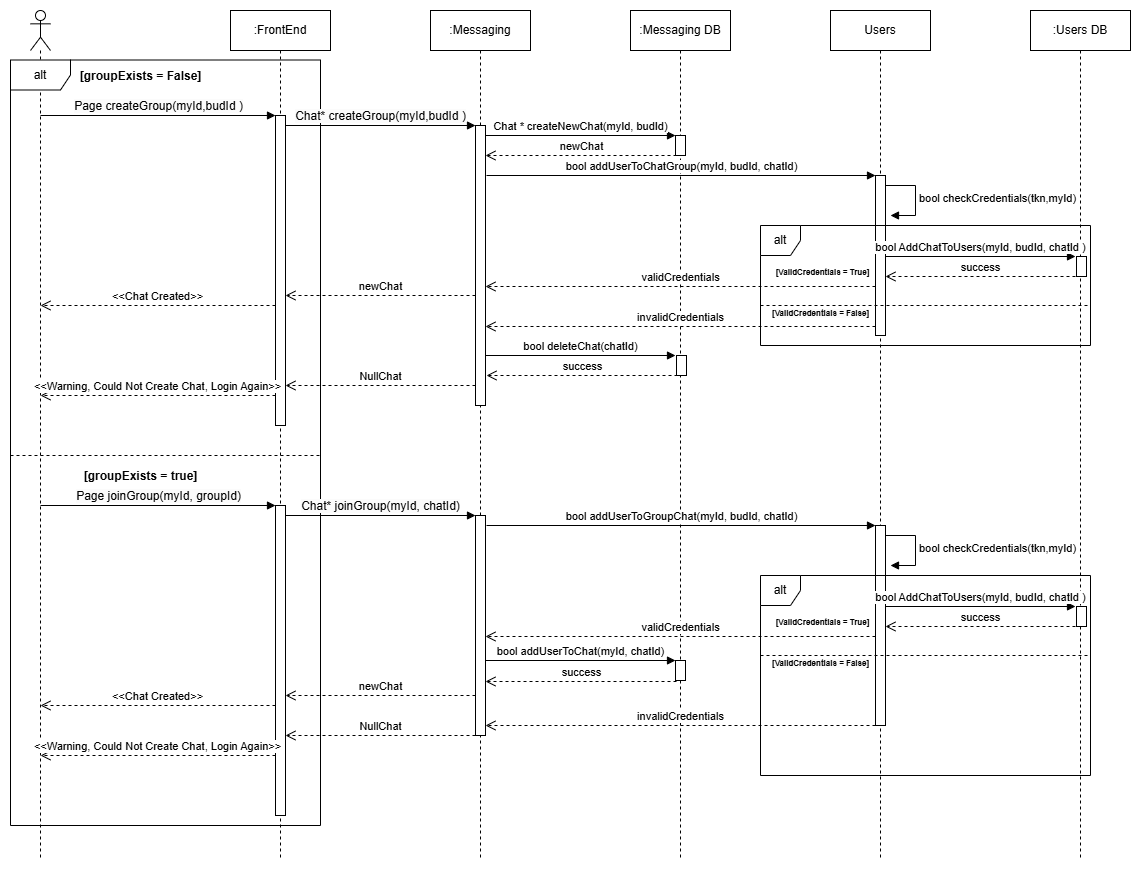
Above: documentation/images/Join_Create_Group_Seq_Diagram.png in TrailBlazersInc/TrailBlazers (draw.io), before the change. Source tidied: cells renumbered, new cells last; positions are measured from the earlier drawing's top-left corner, leaving out a move shared by most shapes. Its diagram source:
```xml
<mxGraphModel>
  <root>
    <mxCell id="0" />
    <mxCell id="1" parent="0" />
    <mxCell id="2" style="shape=umlLifeline;perimeter=lifelinePerimeter;whiteSpace=wrap;html=1;newEdgeStyle={&quot;curved&quot;:0,&quot;rounded&quot;:0};participant=umlActor;" parent="1" vertex="1">
      <mxGeometry x="20" width="20" height="850" as="geometry" />
    </mxCell>
    <mxCell id="3" value=":Messaging" style="shape=umlLifeline;perimeter=lifelinePerimeter;whiteSpace=wrap;html=1;newEdgeStyle={&quot;curved&quot;:0,&quot;rounded&quot;:0};" parent="1" vertex="1">
      <mxGeometry x="420" width="100" height="850" as="geometry" />
    </mxCell>
    <mxCell id="4" value=":FrontEnd" style="shape=umlLifeline;perimeter=lifelinePerimeter;whiteSpace=wrap;html=1;newEdgeStyle={&quot;curved&quot;:0,&quot;rounded&quot;:0};" parent="1" vertex="1">
      <mxGeometry x="220" width="100" height="850" as="geometry" />
    </mxCell>
    <mxCell id="5" value="&lt;b&gt;[groupExists = False]&lt;/b&gt;" style="text;html=1;align=center;verticalAlign=middle;strokeColor=none;fillColor=none;" parent="1" vertex="1">
      <mxGeometry x="55" y="51" width="150" height="30" as="geometry" />
    </mxCell>
    <mxCell id="6" value="&lt;b&gt;[groupExists = true]&lt;/b&gt;" style="text;html=1;align=center;verticalAlign=middle;strokeColor=none;fillColor=none;" parent="1" vertex="1">
      <mxGeometry x="60" y="451" width="140" height="30" as="geometry" />
    </mxCell>
    <mxCell id="7" value="alt" style="shape=umlFrame;whiteSpace=wrap;html=1;" parent="1" vertex="1">
      <mxGeometry y="49.5" width="310" height="765.5" as="geometry" />
    </mxCell>
    <mxCell id="8" value=":Messaging DB" style="shape=umlLifeline;perimeter=lifelinePerimeter;whiteSpace=wrap;html=1;newEdgeStyle={&quot;curved&quot;:0,&quot;rounded&quot;:0};" parent="1" vertex="1">
      <mxGeometry x="620" width="100" height="850" as="geometry" />
    </mxCell>
    <mxCell id="9" value="Users" style="shape=umlLifeline;perimeter=lifelinePerimeter;whiteSpace=wrap;html=1;newEdgeStyle={&quot;curved&quot;:0,&quot;rounded&quot;:0};" parent="1" vertex="1">
      <mxGeometry x="820" width="100" height="850" as="geometry" />
    </mxCell>
    <mxCell id="10" value=":Users DB" style="shape=umlLifeline;perimeter=lifelinePerimeter;whiteSpace=wrap;html=1;newEdgeStyle={&quot;curved&quot;:0,&quot;rounded&quot;:0};" parent="1" vertex="1">
      <mxGeometry x="1020" width="100" height="850" as="geometry" />
    </mxCell>
    <mxCell id="11" value="&lt;span style=&quot;font-size: 12px; background-color: rgb(251, 251, 251);&quot;&gt;Page createGroup(myId,budId )&lt;/span&gt;" style="html=1;verticalAlign=bottom;endArrow=block;curved=0;rounded=0;" parent="1" edge="1">
      <mxGeometry relative="1" as="geometry">
        <mxPoint x="30" y="105" as="sourcePoint" />
        <mxPoint x="265" y="105" as="targetPoint" />
      </mxGeometry>
    </mxCell>
    <mxCell id="12" style="html=1;perimeter=orthogonalPerimeter;targetShapes=umlLifeline;newEdgeStyle={&quot;curved&quot;:0,&quot;rounded&quot;:0};" parent="1" vertex="1">
      <mxGeometry x="265" y="105" width="10" height="310" as="geometry" />
    </mxCell>
    <mxCell id="13" value="&lt;span style=&quot;font-size: 12px; background-color: rgb(251, 251, 251);&quot;&gt;Chat* createGroup(myId,budId )&lt;/span&gt;" style="html=1;verticalAlign=bottom;endArrow=block;curved=0;rounded=0;" parent="1" edge="1">
      <mxGeometry relative="1" as="geometry">
        <mxPoint x="275" y="115" as="sourcePoint" />
        <mxPoint x="465" y="115" as="targetPoint" />
      </mxGeometry>
    </mxCell>
    <mxCell id="14" style="html=1;perimeter=orthogonalPerimeter;targetShapes=umlLifeline;newEdgeStyle={&quot;curved&quot;:0,&quot;rounded&quot;:0};" parent="1" vertex="1">
      <mxGeometry x="465" y="115" width="10" height="280" as="geometry" />
    </mxCell>
    <mxCell id="15" style="html=1;perimeter=orthogonalPerimeter;targetShapes=umlLifeline;newEdgeStyle={&quot;curved&quot;:0,&quot;rounded&quot;:0};" parent="1" vertex="1">
      <mxGeometry x="665" y="125" width="10" height="20" as="geometry" />
    </mxCell>
    <mxCell id="16" value="newChat" style="html=1;verticalAlign=bottom;endArrow=open;dashed=1;endSize=8;curved=0;rounded=0;" parent="1" edge="1">
      <mxGeometry relative="1" as="geometry">
        <mxPoint x="666" y="145" as="sourcePoint" />
        <mxPoint x="475" y="145" as="targetPoint" />
      </mxGeometry>
    </mxCell>
    <mxCell id="17" value="bool addUserToChatGroup(myId, budId, chatId)" style="html=1;verticalAlign=bottom;endArrow=block;curved=0;rounded=0;" parent="1" edge="1">
      <mxGeometry relative="1" as="geometry">
        <mxPoint x="476" y="165" as="sourcePoint" />
        <mxPoint x="865" y="165" as="targetPoint" />
      </mxGeometry>
    </mxCell>
    <mxCell id="18" style="html=1;perimeter=orthogonalPerimeter;targetShapes=umlLifeline;newEdgeStyle={&quot;curved&quot;:0,&quot;rounded&quot;:0};" parent="1" vertex="1">
      <mxGeometry x="865" y="165" width="10" height="160" as="geometry" />
    </mxCell>
    <mxCell id="19" value="validCredentials" style="html=1;verticalAlign=bottom;endArrow=open;dashed=1;endSize=8;curved=0;rounded=0;" parent="1" edge="1">
      <mxGeometry relative="1" as="geometry">
        <mxPoint x="865" y="276" as="sourcePoint" />
        <mxPoint x="475" y="276" as="targetPoint" />
      </mxGeometry>
    </mxCell>
    <mxCell id="20" style="html=1;perimeter=orthogonalPerimeter;targetShapes=umlLifeline;newEdgeStyle={&quot;curved&quot;:0,&quot;rounded&quot;:0};" parent="1" vertex="1">
      <mxGeometry x="1066" y="246" width="10" height="20" as="geometry" />
    </mxCell>
    <mxCell id="21" value="bool checkCredentials(tkn,myId)" style="html=1;align=left;spacingLeft=2;endArrow=block;rounded=0;edgeStyle=orthogonalEdgeStyle;curved=0;rounded=0;" parent="1" edge="1">
      <mxGeometry relative="1" as="geometry">
        <mxPoint x="875" y="175" as="sourcePoint" />
        <mxPoint x="880" y="205" as="targetPoint" />
        <Array as="points">
          <mxPoint x="905" y="205" />
        </Array>
      </mxGeometry>
    </mxCell>
    <mxCell id="22" value="bool AddChatToUsers(myId, budId, chatId )" style="html=1;verticalAlign=bottom;endArrow=block;curved=0;rounded=0;" parent="1" edge="1">
      <mxGeometry x="0.01" relative="1" as="geometry">
        <mxPoint x="875" y="246" as="sourcePoint" />
        <mxPoint x="1065" y="246" as="targetPoint" />
      </mxGeometry>
    </mxCell>
    <mxCell id="23" value="success" style="html=1;verticalAlign=bottom;endArrow=open;dashed=1;endSize=8;curved=0;rounded=0;" parent="1" edge="1">
      <mxGeometry relative="1" as="geometry">
        <mxPoint x="1065" y="266" as="sourcePoint" />
        <mxPoint x="875" y="266" as="targetPoint" />
      </mxGeometry>
    </mxCell>
    <mxCell id="24" value="newChat" style="html=1;verticalAlign=bottom;endArrow=open;dashed=1;endSize=8;curved=0;rounded=0;" parent="1" edge="1">
      <mxGeometry relative="1" as="geometry">
        <mxPoint x="465" y="285" as="sourcePoint" />
        <mxPoint x="275" y="285" as="targetPoint" />
      </mxGeometry>
    </mxCell>
    <mxCell id="25" value="&amp;lt;&amp;lt;Chat Created&amp;gt;&amp;gt;" style="html=1;verticalAlign=bottom;endArrow=open;dashed=1;endSize=8;curved=0;rounded=0;" parent="1" edge="1">
      <mxGeometry relative="1" as="geometry">
        <mxPoint x="265" y="295" as="sourcePoint" />
        <mxPoint x="30" y="295" as="targetPoint" />
      </mxGeometry>
    </mxCell>
    <mxCell id="26" value="invalidCredentials" style="html=1;verticalAlign=bottom;endArrow=open;dashed=1;endSize=8;curved=0;rounded=0;" parent="1" edge="1">
      <mxGeometry relative="1" as="geometry">
        <mxPoint x="865" y="316" as="sourcePoint" />
        <mxPoint x="475" y="316" as="targetPoint" />
      </mxGeometry>
    </mxCell>
    <mxCell id="27" value="alt" style="shape=umlFrame;whiteSpace=wrap;html=1;width=40;height=30;" parent="1" vertex="1">
      <mxGeometry x="750" y="215" width="330" height="120" as="geometry" />
    </mxCell>
    <mxCell id="28" style="endArrow=none;dashed=1;html=1;rounded=0;" parent="1" edge="1">
      <mxGeometry relative="1" as="geometry">
        <mxPoint x="750" y="295" as="sourcePoint" />
        <mxPoint x="1080" y="295" as="targetPoint" />
      </mxGeometry>
    </mxCell>
    <mxCell id="29" value="&lt;font style=&quot;font-size: 8px;&quot;&gt;&lt;b&gt;[ValidCredentials = True]&lt;/b&gt;&lt;/font&gt;" style="text;html=1;align=center;verticalAlign=middle;whiteSpace=wrap;rounded=0;" parent="1" vertex="1">
      <mxGeometry x="760" y="246" width="105" height="30" as="geometry" />
    </mxCell>
    <mxCell id="30" value="&lt;span style=&quot;color: rgb(0, 0, 0); font-family: Helvetica; font-size: 8px; font-style: normal; font-variant-ligatures: normal; font-variant-caps: normal; letter-spacing: normal; orphans: 2; text-align: center; text-indent: 0px; text-transform: none; widows: 2; word-spacing: 0px; -webkit-text-stroke-width: 0px; white-space: normal; background-color: rgb(251, 251, 251); text-decoration-thickness: initial; text-decoration-style: initial; text-decoration-color: initial; float: none; display: inline !important;&quot;&gt;&lt;b&gt;[ValidCredentials = False]&lt;/b&gt;&lt;/span&gt;" style="text;whiteSpace=wrap;html=1;" parent="1" vertex="1">
      <mxGeometry x="760" y="288" width="120" height="40" as="geometry" />
    </mxCell>
    <mxCell id="31" style="html=1;perimeter=orthogonalPerimeter;targetShapes=umlLifeline;newEdgeStyle={&quot;curved&quot;:0,&quot;rounded&quot;:0};" parent="1" vertex="1">
      <mxGeometry x="666" y="345" width="10" height="20" as="geometry" />
    </mxCell>
    <mxCell id="32" value="success" style="html=1;verticalAlign=bottom;endArrow=open;dashed=1;endSize=8;curved=0;rounded=0;" parent="1" edge="1">
      <mxGeometry relative="1" as="geometry">
        <mxPoint x="667" y="365" as="sourcePoint" />
        <mxPoint x="476" y="365" as="targetPoint" />
      </mxGeometry>
    </mxCell>
    <mxCell id="33" value="Chat * createNewChat(myId, budId)" style="html=1;verticalAlign=bottom;endArrow=block;curved=0;rounded=0;" parent="1" edge="1">
      <mxGeometry relative="1" as="geometry">
        <mxPoint x="475" y="125" as="sourcePoint" />
        <mxPoint x="665" y="125" as="targetPoint" />
      </mxGeometry>
    </mxCell>
    <mxCell id="34" value="bool deleteChat(chatId)" style="html=1;verticalAlign=bottom;endArrow=block;curved=0;rounded=0;" parent="1" edge="1">
      <mxGeometry relative="1" as="geometry">
        <mxPoint x="475" y="345" as="sourcePoint" />
        <mxPoint x="665" y="345" as="targetPoint" />
      </mxGeometry>
    </mxCell>
    <mxCell id="35" value="NullChat" style="html=1;verticalAlign=bottom;endArrow=open;dashed=1;endSize=8;curved=0;rounded=0;" parent="1" edge="1">
      <mxGeometry relative="1" as="geometry">
        <mxPoint x="465" y="375" as="sourcePoint" />
        <mxPoint x="275" y="375" as="targetPoint" />
      </mxGeometry>
    </mxCell>
    <mxCell id="36" value="&amp;lt;&amp;lt;Warning, Could Not Create Chat, Login Again&amp;gt;&amp;gt;" style="html=1;verticalAlign=bottom;endArrow=open;dashed=1;endSize=8;curved=0;rounded=0;" parent="1" edge="1">
      <mxGeometry relative="1" as="geometry">
        <mxPoint x="265" y="385" as="sourcePoint" />
        <mxPoint x="30" y="385" as="targetPoint" />
      </mxGeometry>
    </mxCell>
    <mxCell id="37" style="endArrow=none;dashed=1;html=1;rounded=0;entryX=1.01;entryY=0.62;entryDx=0;entryDy=0;entryPerimeter=0;" parent="1" edge="1">
      <mxGeometry relative="1" as="geometry">
        <mxPoint y="445" as="sourcePoint" />
        <mxPoint x="310" y="445" as="targetPoint" />
      </mxGeometry>
    </mxCell>
    <mxCell id="38" value="&lt;span style=&quot;font-size: 12px; background-color: rgb(251, 251, 251);&quot;&gt;Page joinGroup(myId, groupId)&lt;/span&gt;" style="html=1;verticalAlign=bottom;endArrow=block;curved=0;rounded=0;" parent="1" edge="1">
      <mxGeometry relative="1" as="geometry">
        <mxPoint x="30" y="495" as="sourcePoint" />
        <mxPoint x="265" y="495" as="targetPoint" />
      </mxGeometry>
    </mxCell>
    <mxCell id="39" style="html=1;perimeter=orthogonalPerimeter;targetShapes=umlLifeline;newEdgeStyle={&quot;curved&quot;:0,&quot;rounded&quot;:0};" parent="1" vertex="1">
      <mxGeometry x="265" y="495" width="10" height="310" as="geometry" />
    </mxCell>
    <mxCell id="40" value="&lt;span style=&quot;font-size: 12px; background-color: rgb(251, 251, 251);&quot;&gt;Chat* joinGroup(myId, chatId)&lt;/span&gt;" style="html=1;verticalAlign=bottom;endArrow=block;curved=0;rounded=0;" parent="1" edge="1">
      <mxGeometry relative="1" as="geometry">
        <mxPoint x="275" y="505" as="sourcePoint" />
        <mxPoint x="465" y="505" as="targetPoint" />
      </mxGeometry>
    </mxCell>
    <mxCell id="41" style="html=1;perimeter=orthogonalPerimeter;targetShapes=umlLifeline;newEdgeStyle={&quot;curved&quot;:0,&quot;rounded&quot;:0};" parent="1" vertex="1">
      <mxGeometry x="465" y="505" width="10" height="220" as="geometry" />
    </mxCell>
    <mxCell id="42" style="html=1;perimeter=orthogonalPerimeter;targetShapes=umlLifeline;newEdgeStyle={&quot;curved&quot;:0,&quot;rounded&quot;:0};" parent="1" vertex="1">
      <mxGeometry x="665" y="650" width="10" height="20" as="geometry" />
    </mxCell>
    <mxCell id="43" value="success" style="html=1;verticalAlign=bottom;endArrow=open;dashed=1;endSize=8;curved=0;rounded=0;" parent="1" edge="1">
      <mxGeometry relative="1" as="geometry">
        <mxPoint x="666" y="671" as="sourcePoint" />
        <mxPoint x="475" y="671" as="targetPoint" />
      </mxGeometry>
    </mxCell>
    <mxCell id="44" value="bool addUserToGroupChat(myId, budId, chatId)" style="html=1;verticalAlign=bottom;endArrow=block;curved=0;rounded=0;" parent="1" edge="1">
      <mxGeometry relative="1" as="geometry">
        <mxPoint x="476" y="515" as="sourcePoint" />
        <mxPoint x="865" y="515" as="targetPoint" />
      </mxGeometry>
    </mxCell>
    <mxCell id="45" style="html=1;perimeter=orthogonalPerimeter;targetShapes=umlLifeline;newEdgeStyle={&quot;curved&quot;:0,&quot;rounded&quot;:0};" parent="1" vertex="1">
      <mxGeometry x="865" y="515" width="10" height="200" as="geometry" />
    </mxCell>
    <mxCell id="46" value="validCredentials" style="html=1;verticalAlign=bottom;endArrow=open;dashed=1;endSize=8;curved=0;rounded=0;" parent="1" edge="1">
      <mxGeometry relative="1" as="geometry">
        <mxPoint x="865" y="626" as="sourcePoint" />
        <mxPoint x="475" y="626" as="targetPoint" />
      </mxGeometry>
    </mxCell>
    <mxCell id="47" style="html=1;perimeter=orthogonalPerimeter;targetShapes=umlLifeline;newEdgeStyle={&quot;curved&quot;:0,&quot;rounded&quot;:0};" parent="1" vertex="1">
      <mxGeometry x="1066" y="596" width="10" height="20" as="geometry" />
    </mxCell>
    <mxCell id="48" value="bool checkCredentials(tkn,myId)" style="html=1;align=left;spacingLeft=2;endArrow=block;rounded=0;edgeStyle=orthogonalEdgeStyle;curved=0;rounded=0;" parent="1" edge="1">
      <mxGeometry relative="1" as="geometry">
        <mxPoint x="875" y="525" as="sourcePoint" />
        <mxPoint x="880" y="555" as="targetPoint" />
        <Array as="points">
          <mxPoint x="905" y="555" />
        </Array>
      </mxGeometry>
    </mxCell>
    <mxCell id="49" value="bool AddChatToUsers(myId, budId, chatId )" style="html=1;verticalAlign=bottom;endArrow=block;curved=0;rounded=0;" parent="1" edge="1">
      <mxGeometry x="0.01" relative="1" as="geometry">
        <mxPoint x="875" y="596" as="sourcePoint" />
        <mxPoint x="1065" y="596" as="targetPoint" />
      </mxGeometry>
    </mxCell>
    <mxCell id="50" value="success" style="html=1;verticalAlign=bottom;endArrow=open;dashed=1;endSize=8;curved=0;rounded=0;" parent="1" edge="1">
      <mxGeometry relative="1" as="geometry">
        <mxPoint x="1065" y="616" as="sourcePoint" />
        <mxPoint x="875" y="616" as="targetPoint" />
      </mxGeometry>
    </mxCell>
    <mxCell id="51" value="newChat" style="html=1;verticalAlign=bottom;endArrow=open;dashed=1;endSize=8;curved=0;rounded=0;" parent="1" edge="1">
      <mxGeometry relative="1" as="geometry">
        <mxPoint x="465" y="685" as="sourcePoint" />
        <mxPoint x="275" y="685" as="targetPoint" />
      </mxGeometry>
    </mxCell>
    <mxCell id="52" value="&amp;lt;&amp;lt;Chat Created&amp;gt;&amp;gt;" style="html=1;verticalAlign=bottom;endArrow=open;dashed=1;endSize=8;curved=0;rounded=0;" parent="1" edge="1">
      <mxGeometry relative="1" as="geometry">
        <mxPoint x="265" y="695" as="sourcePoint" />
        <mxPoint x="30" y="695" as="targetPoint" />
      </mxGeometry>
    </mxCell>
    <mxCell id="53" value="invalidCredentials" style="html=1;verticalAlign=bottom;endArrow=open;dashed=1;endSize=8;curved=0;rounded=0;" parent="1" edge="1">
      <mxGeometry relative="1" as="geometry">
        <mxPoint x="865" y="715" as="sourcePoint" />
        <mxPoint x="475" y="715" as="targetPoint" />
      </mxGeometry>
    </mxCell>
    <mxCell id="54" value="alt" style="shape=umlFrame;whiteSpace=wrap;html=1;width=40;height=30;" parent="1" vertex="1">
      <mxGeometry x="750" y="565" width="330" height="200" as="geometry" />
    </mxCell>
    <mxCell id="55" style="endArrow=none;dashed=1;html=1;rounded=0;" parent="1" edge="1">
      <mxGeometry relative="1" as="geometry">
        <mxPoint x="750" y="645" as="sourcePoint" />
        <mxPoint x="1080" y="645" as="targetPoint" />
      </mxGeometry>
    </mxCell>
    <mxCell id="56" value="&lt;font style=&quot;font-size: 8px;&quot;&gt;&lt;b&gt;[ValidCredentials = True]&lt;/b&gt;&lt;/font&gt;" style="text;html=1;align=center;verticalAlign=middle;whiteSpace=wrap;rounded=0;" parent="1" vertex="1">
      <mxGeometry x="760" y="596" width="105" height="30" as="geometry" />
    </mxCell>
    <mxCell id="57" value="&lt;span style=&quot;color: rgb(0, 0, 0); font-family: Helvetica; font-size: 8px; font-style: normal; font-variant-ligatures: normal; font-variant-caps: normal; letter-spacing: normal; orphans: 2; text-align: center; text-indent: 0px; text-transform: none; widows: 2; word-spacing: 0px; -webkit-text-stroke-width: 0px; white-space: normal; background-color: rgb(251, 251, 251); text-decoration-thickness: initial; text-decoration-style: initial; text-decoration-color: initial; float: none; display: inline !important;&quot;&gt;&lt;b&gt;[ValidCredentials = False]&lt;/b&gt;&lt;/span&gt;" style="text;whiteSpace=wrap;html=1;" parent="1" vertex="1">
      <mxGeometry x="760" y="638" width="120" height="40" as="geometry" />
    </mxCell>
    <mxCell id="58" value="bool addUserToChat(myId, chatId)" style="html=1;verticalAlign=bottom;endArrow=block;curved=0;rounded=0;" parent="1" edge="1">
      <mxGeometry relative="1" as="geometry">
        <mxPoint x="475" y="650" as="sourcePoint" />
        <mxPoint x="665" y="650" as="targetPoint" />
      </mxGeometry>
    </mxCell>
    <mxCell id="59" value="NullChat" style="html=1;verticalAlign=bottom;endArrow=open;dashed=1;endSize=8;curved=0;rounded=0;" parent="1" edge="1">
      <mxGeometry relative="1" as="geometry">
        <mxPoint x="465" y="725" as="sourcePoint" />
        <mxPoint x="275" y="725" as="targetPoint" />
      </mxGeometry>
    </mxCell>
    <mxCell id="60" value="&amp;lt;&amp;lt;Warning, Could Not Create Chat, Login Again&amp;gt;&amp;gt;" style="html=1;verticalAlign=bottom;endArrow=open;dashed=1;endSize=8;curved=0;rounded=0;" parent="1" edge="1">
      <mxGeometry relative="1" as="geometry">
        <mxPoint x="265" y="745" as="sourcePoint" />
        <mxPoint x="30" y="745" as="targetPoint" />
      </mxGeometry>
    </mxCell>
  </root>
</mxGraphModel>
```
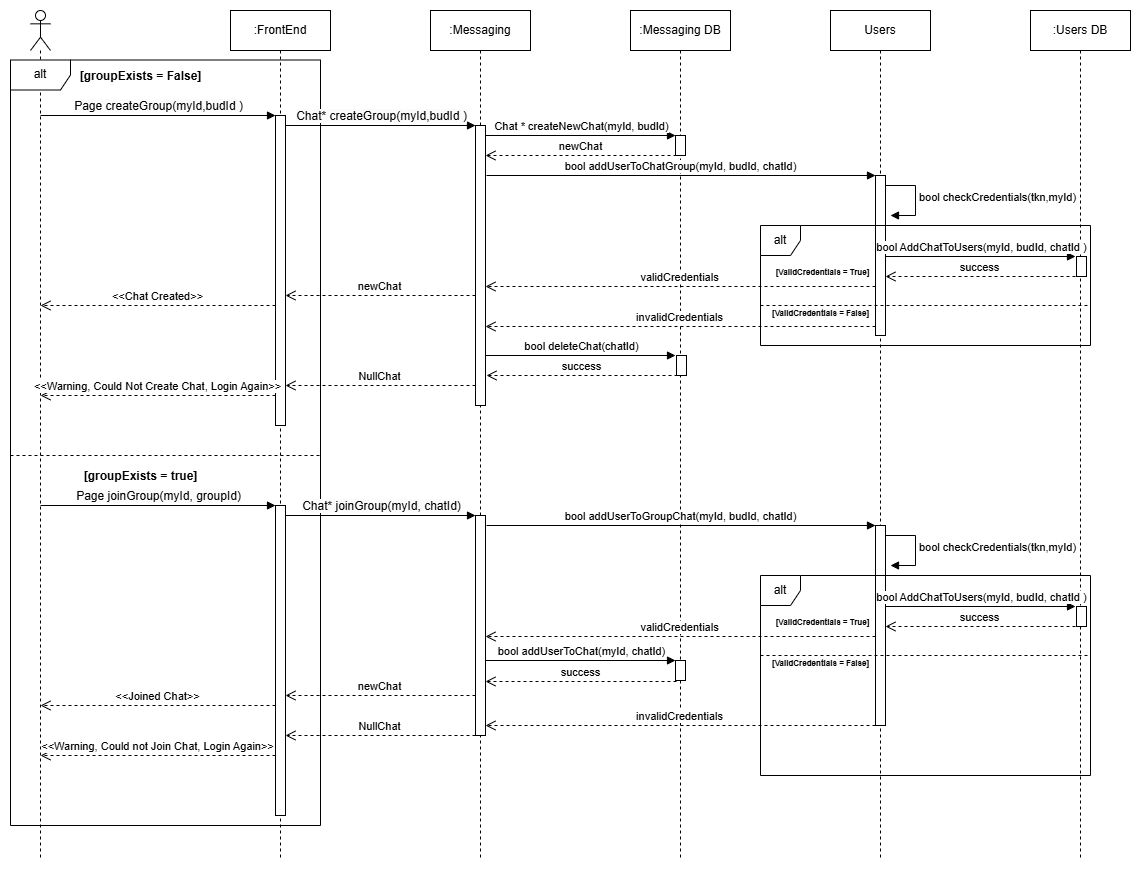
After the change.

Commit message:
Updated Create/Join Chat Sequence Diagram

Diff of the diagram source:
```diff
@@ -239,7 +239,7 @@
         <mxPoint x="275" y="685" as="targetPoint" />
       </mxGeometry>
     </mxCell>
-    <mxCell id="52" value="&amp;lt;&amp;lt;Chat Created&amp;gt;&amp;gt;" style="html=1;verticalAlign=bottom;endArrow=open;dashed=1;endSize=8;curved=0;rounded=0;" parent="1" edge="1">
+    <mxCell id="52" value="&amp;lt;&amp;lt;Joined Chat&amp;gt;&amp;gt;" style="html=1;verticalAlign=bottom;endArrow=open;dashed=1;endSize=8;curved=0;rounded=0;" parent="1" edge="1">
       <mxGeometry relative="1" as="geometry">
         <mxPoint x="265" y="695" as="sourcePoint" />
         <mxPoint x="30" y="695" as="targetPoint" />
@@ -278,7 +278,7 @@
         <mxPoint x="275" y="725" as="targetPoint" />
       </mxGeometry>
     </mxCell>
-    <mxCell id="60" value="&amp;lt;&amp;lt;Warning, Could Not Create Chat, Login Again&amp;gt;&amp;gt;" style="html=1;verticalAlign=bottom;endArrow=open;dashed=1;endSize=8;curved=0;rounded=0;" parent="1" edge="1">
+    <mxCell id="60" value="&amp;lt;&amp;lt;Warning, Could not Join Chat, Login Again&amp;gt;&amp;gt;" style="html=1;verticalAlign=bottom;endArrow=open;dashed=1;endSize=8;curved=0;rounded=0;" parent="1" edge="1">
       <mxGeometry relative="1" as="geometry">
         <mxPoint x="265" y="745" as="sourcePoint" />
         <mxPoint x="30" y="745" as="targetPoint" />
```
